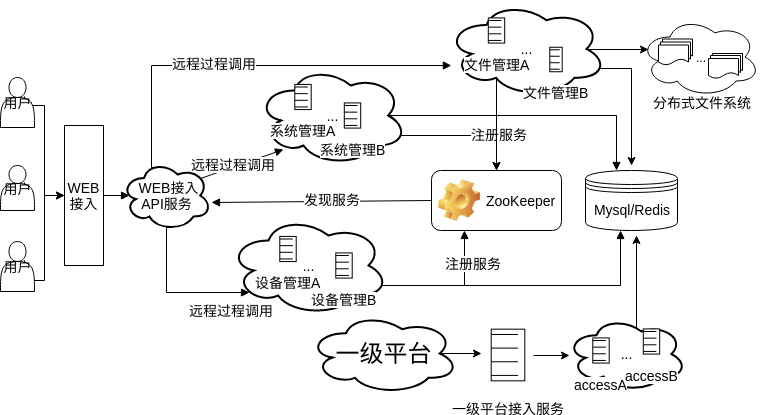
Earlier version of the draw.io export framework.png (waterwatermelon/graph). Source tidied: cells renumbered, new cells last; positions are measured from the earlier drawing's top-left corner, leaving out a move shared by most shapes.
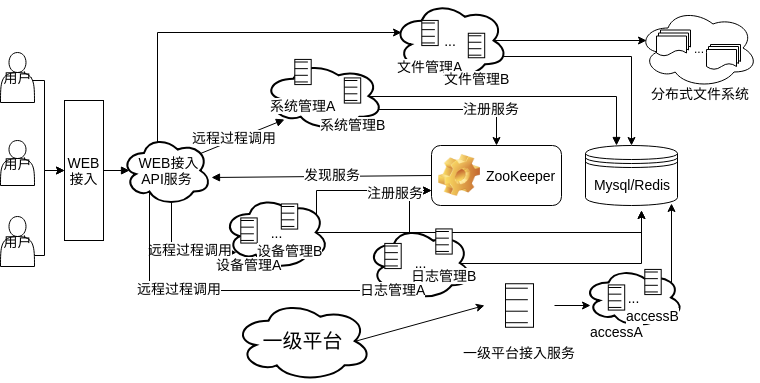
After the change.

What changed in the source:
```diff
@@ -2,8 +2,11 @@
   <root>
     <mxCell id="0" />
     <mxCell id="1" parent="0" />
+    <mxCell id="54" style="edgeStyle=orthogonalEdgeStyle;rounded=0;jettySize=auto;html=1;exitX=0.4;exitY=0.1;exitDx=0;exitDy=0;exitPerimeter=0;entryX=0;entryY=0.75;entryDx=0;entryDy=0;fontSize=14;" parent="1" edge="1" source="64" target="34">
+      <mxGeometry relative="1" as="geometry" />
+    </mxCell>
     <mxCell id="2" value="..." style="ellipse;shape=cloud;whiteSpace=wrap;html=1;" parent="1" vertex="1">
-      <mxGeometry x="639.5" y="15.5" width="120" height="80" as="geometry" />
+      <mxGeometry x="637.5" y="31.5" width="120" height="80" as="geometry" />
     </mxCell>
     <mxCell id="3" style="edgeStyle=orthogonalEdgeStyle;rounded=0;jettySize=auto;html=1;exitX=0.9;exitY=0.5;exitDx=0;exitDy=0;exitPerimeter=0;fontSize=14;" parent="1" edge="1" source="4" target="13">
       <mxGeometry relative="1" as="geometry">
@@ -25,30 +28,34 @@
         <mxPoint x="5" y="-4" as="offset" />
       </mxGeometry>
     </mxCell>
-    <mxCell id="7" style="edgeStyle=orthogonalEdgeStyle;rounded=0;comic=0;jettySize=auto;html=1;exitX=0.4;exitY=0.1;exitDx=0;exitDy=0;exitPerimeter=0;shadow=0;startArrow=none;startFill=0;endArrow=block;endFill=1;strokeColor=#000000;strokeWidth=1;fontSize=14;" parent="1" edge="1" source="11" target="30">
+    <mxCell id="7" style="edgeStyle=orthogonalEdgeStyle;rounded=0;jettySize=auto;html=1;exitX=0.4;exitY=0.1;exitDx=0;exitDy=0;exitPerimeter=0;entryX=0.07;entryY=0.4;entryDx=0;entryDy=0;entryPerimeter=0;fontSize=14;" parent="1" edge="1" source="11" target="30">
       <mxGeometry relative="1" as="geometry">
         <Array as="points">
-          <mxPoint x="151" y="64" />
+          <mxPoint x="157" y="56" />
         </Array>
       </mxGeometry>
     </mxCell>
-    <mxCell id="8" value="远程过程调用" style="text;html=1;align=center;verticalAlign=middle;labelBackgroundColor=#ffffff;fontSize=14;" parent="7" vertex="1">
-      <mxGeometry x="-0.17" y="-2" relative="1" as="geometry">
-        <mxPoint y="-5" as="offset" />
-      </mxGeometry>
-    </mxCell>
-    <mxCell id="9" style="edgeStyle=orthogonalEdgeStyle;rounded=0;comic=0;jettySize=auto;html=1;exitX=0.55;exitY=0.95;exitDx=0;exitDy=0;exitPerimeter=0;entryX=0.13;entryY=0.77;entryDx=0;entryDy=0;entryPerimeter=0;shadow=0;startArrow=none;startFill=0;endArrow=block;endFill=1;strokeColor=#000000;strokeWidth=1;fontSize=14;" parent="1" edge="1" source="11" target="24">
+    <mxCell id="9" style="edgeStyle=orthogonalEdgeStyle;rounded=0;jettySize=auto;html=1;exitX=0.55;exitY=0.95;exitDx=0;exitDy=0;exitPerimeter=0;entryX=0.13;entryY=0.77;entryDx=0;entryDy=0;entryPerimeter=0;fontSize=14;" parent="1" edge="1" source="11" target="24">
       <mxGeometry relative="1" as="geometry">
         <Array as="points">
-          <mxPoint x="166" y="291" />
+          <mxPoint x="171" y="276" />
         </Array>
       </mxGeometry>
     </mxCell>
-    <mxCell id="10" value="远程过程调用" style="text;html=1;align=center;verticalAlign=middle;labelBackgroundColor=#ffffff;fontSize=14;" parent="9" vertex="1">
-      <mxGeometry x="-0.12" y="29" relative="1" as="geometry">
-        <mxPoint x="35" y="20" as="offset" />
-      </mxGeometry>
-    </mxCell>
+    <mxCell id="55" value="&lt;span style=&quot;font-size: 14px;&quot;&gt;远程过程调用&lt;/span&gt;&lt;br style=&quot;font-size: 14px;&quot;&gt;" style="text;html=1;align=center;verticalAlign=middle;labelBackgroundColor=#ffffff;fontSize=14;" parent="9" vertex="1">
+      <mxGeometry x="-0.2" y="18" relative="1" as="geometry" />
+    </mxCell>
+    <mxCell id="56" style="edgeStyle=orthogonalEdgeStyle;rounded=0;jettySize=auto;html=1;exitX=0.31;exitY=0.8;exitDx=0;exitDy=0;exitPerimeter=0;fontSize=14;" parent="1" edge="1" source="11" target="65">
+      <mxGeometry relative="1" as="geometry">
+        <Array as="points">
+          <mxPoint x="149" y="314" />
+          <mxPoint x="393" y="314" />
+        </Array>
+      </mxGeometry>
+    </mxCell>
+    <mxCell id="57" value="&lt;span style=&quot;font-size: 14px;&quot;&gt;远程过程调用&lt;/span&gt;" style="text;html=1;align=center;verticalAlign=middle;labelBackgroundColor=#ffffff;fontSize=14;" parent="56" vertex="1">
+      <mxGeometry x="-0.47" y="29" relative="1" as="geometry" />
+    </mxCell>
     <mxCell id="11" value="&amp;nbsp;WEB接入&lt;br style=&quot;font-size: 14px;&quot;&gt;API服务" style="ellipse;shape=cloud;strokeWidth=2;fontSize=14;whiteSpace=wrap;html=1;align=center;" parent="1" vertex="1">
       <mxGeometry x="121" y="159" width="90" height="70" as="geometry" />
     </mxCell>
@@ -77,52 +84,52 @@
     <mxCell id="17" style="edgeStyle=orthogonalEdgeStyle;rounded=0;comic=0;jettySize=auto;html=1;exitX=0.875;exitY=0.5;exitDx=0;exitDy=0;exitPerimeter=0;entryX=0.333;entryY=0;entryDx=0;entryDy=0;entryPerimeter=0;shadow=0;startArrow=none;startFill=0;endArrow=block;endFill=1;strokeColor=#000000;strokeWidth=1;fontSize=14;" parent="1" edge="1" source="20" target="31">
       <mxGeometry relative="1" as="geometry" />
     </mxCell>
-    <mxCell id="18" style="edgeStyle=orthogonalEdgeStyle;rounded=0;jettySize=auto;html=1;exitX=0.96;exitY=0.7;exitDx=0;exitDy=0;exitPerimeter=0;" parent="1" edge="1" source="20" target="34">
+    <mxCell id="18" style="edgeStyle=orthogonalEdgeStyle;rounded=0;jettySize=auto;html=1;exitX=0.96;exitY=0.7;exitDx=0;exitDy=0;exitPerimeter=0;fontSize=14;" parent="1" edge="1" source="20" target="34">
       <mxGeometry relative="1" as="geometry" />
     </mxCell>
-    <mxCell id="19" value="&lt;font style=&quot;font-size: 14px&quot;&gt;注册服务&lt;/font&gt;" style="text;html=1;align=center;verticalAlign=middle;labelBackgroundColor=#ffffff;" parent="18" vertex="1">
+    <mxCell id="19" value="&lt;font style=&quot;font-size: 14px&quot;&gt;注册服务&lt;/font&gt;" style="text;html=1;align=center;verticalAlign=middle;labelBackgroundColor=#ffffff;fontSize=14;" parent="18" vertex="1">
       <mxGeometry x="0.22" y="2" relative="1" as="geometry">
         <mxPoint x="18" as="offset" />
       </mxGeometry>
     </mxCell>
-    <mxCell id="20" value="&lt;span&gt;...&lt;/span&gt;" style="ellipse;shape=cloud;strokeWidth=2;fontSize=14;whiteSpace=wrap;html=1;align=center;strokeColor=#000000;" parent="1" vertex="1">
-      <mxGeometry x="256.5" y="64" width="150" height="100" as="geometry" />
+    <mxCell id="20" value="&lt;span style=&quot;font-size: 14px;&quot;&gt;...&lt;/span&gt;" style="ellipse;shape=cloud;strokeWidth=2;fontSize=14;whiteSpace=wrap;html=1;align=center;strokeColor=#000000;" parent="1" vertex="1">
+      <mxGeometry x="263" y="85" width="120" height="69" as="geometry" />
     </mxCell>
-    <mxCell id="21" style="edgeStyle=orthogonalEdgeStyle;rounded=0;comic=0;jettySize=auto;html=1;exitX=0.96;exitY=0.7;exitDx=0;exitDy=0;exitPerimeter=0;entryX=0.25;entryY=1;entryDx=0;entryDy=0;shadow=0;startArrow=none;startFill=0;endArrow=block;endFill=1;strokeColor=#000000;strokeWidth=1;fontSize=14;" parent="1" edge="1" source="24" target="34">
-      <mxGeometry relative="1" as="geometry" />
+    <mxCell id="21" style="edgeStyle=orthogonalEdgeStyle;rounded=0;jettySize=auto;html=1;exitX=0.88;exitY=0.25;exitDx=0;exitDy=0;exitPerimeter=0;entryX=0;entryY=0.75;entryDx=0;entryDy=0;fontSize=14;" parent="1" edge="1" source="24" target="34">
+      <mxGeometry relative="1" as="geometry">
+        <Array as="points">
+          <mxPoint x="316" y="214" />
+        </Array>
+      </mxGeometry>
     </mxCell>
-    <mxCell id="22" value="注册服务" style="text;html=1;align=center;verticalAlign=middle;labelBackgroundColor=#ffffff;fontSize=14;" parent="21" vertex="1">
-      <mxGeometry x="0.87" y="1" relative="1" as="geometry">
-        <mxPoint x="9" y="23" as="offset" />
-      </mxGeometry>
+    <mxCell id="22" value="&lt;span style=&quot;font-size: 14px;&quot;&gt;&lt;font style=&quot;font-size: 14px&quot;&gt;注册服务&lt;/font&gt;&lt;/span&gt;" style="text;html=1;align=center;verticalAlign=middle;labelBackgroundColor=#ffffff;fontSize=14;" parent="21" vertex="1">
+      <mxGeometry x="0.47" y="-1" relative="1" as="geometry" />
     </mxCell>
-    <mxCell id="23" style="edgeStyle=orthogonalEdgeStyle;rounded=0;comic=0;jettySize=auto;html=1;exitX=0.96;exitY=0.7;exitDx=0;exitDy=0;exitPerimeter=0;entryX=0.38;entryY=1;entryDx=0;entryDy=0;entryPerimeter=0;shadow=0;startArrow=none;startFill=0;endArrow=block;endFill=1;strokeColor=#000000;strokeWidth=1;fontSize=14;" parent="1" edge="1" source="24" target="31">
-      <mxGeometry relative="1" as="geometry" />
-    </mxCell>
+    <mxCell id="58" style="edgeStyle=orthogonalEdgeStyle;rounded=0;jettySize=auto;html=1;exitX=0.875;exitY=0.5;exitDx=0;exitDy=0;exitPerimeter=0;fontSize=14;" parent="1" edge="1" source="24">
+      <mxGeometry relative="1" as="geometry">
+        <mxPoint x="641" y="234" as="targetPoint" />
+        <Array as="points">
+          <mxPoint x="641" y="256" />
+        </Array>
+      </mxGeometry>
+    </mxCell>
-    <mxCell id="24" value="&lt;span&gt;...&lt;/span&gt;" style="ellipse;shape=cloud;strokeWidth=2;fontSize=14;whiteSpace=wrap;html=1;align=center;" parent="1" vertex="1">
-      <mxGeometry x="228" y="214" width="160" height="100" as="geometry" />
+    <mxCell id="24" value="&lt;span style=&quot;font-size: 14px;&quot;&gt;...&lt;/span&gt;" style="ellipse;shape=cloud;strokeWidth=2;fontSize=14;whiteSpace=wrap;html=1;align=center;" parent="1" vertex="1">
+      <mxGeometry x="222.5" y="219" width="106" height="74" as="geometry" />
     </mxCell>
-    <mxCell id="25" style="edgeStyle=orthogonalEdgeStyle;rounded=0;jettySize=auto;html=1;exitX=0.875;exitY=0.5;exitDx=0;exitDy=0;exitPerimeter=0;" parent="1" edge="1" source="26">
-      <mxGeometry relative="1" as="geometry">
-        <mxPoint x="481" y="352" as="targetPoint" />
-      </mxGeometry>
-    </mxCell>
+    <mxCell id="59" style="rounded=0;jettySize=auto;html=1;exitX=0.875;exitY=0.5;exitDx=0;exitDy=0;exitPerimeter=0;entryX=0;entryY=0.5;entryDx=0;entryDy=0;fontSize=14;" parent="1" edge="1" source="26" target="46">
+      <mxGeometry relative="1" as="geometry" />
+    </mxCell>
-    <mxCell id="26" value="&lt;font style=&quot;font-size: 24px&quot;&gt;一级平台&lt;/font&gt;" style="ellipse;shape=cloud;strokeWidth=2;fontSize=14;whiteSpace=wrap;html=1;align=center;" parent="1" vertex="1">
-      <mxGeometry x="308" y="311.5" width="150" height="81" as="geometry" />
+    <mxCell id="26" value="&lt;font style=&quot;font-size: 20px&quot;&gt;一级平台&lt;/font&gt;" style="ellipse;shape=cloud;strokeWidth=2;fontSize=14;whiteSpace=wrap;html=1;align=center;" parent="1" vertex="1">
+      <mxGeometry x="233.5" y="324" width="138" height="81" as="geometry" />
     </mxCell>
-    <mxCell id="27" style="edgeStyle=orthogonalEdgeStyle;rounded=0;jettySize=auto;html=1;exitX=0.96;exitY=0.7;exitDx=0;exitDy=0;exitPerimeter=0;" parent="1" edge="1" source="30">
-      <mxGeometry relative="1" as="geometry">
-        <mxPoint x="631" y="164" as="targetPoint" />
-      </mxGeometry>
-    </mxCell>
-    <mxCell id="28" style="edgeStyle=orthogonalEdgeStyle;rounded=0;jettySize=auto;html=1;exitX=0.31;exitY=0.8;exitDx=0;exitDy=0;exitPerimeter=0;entryX=0.5;entryY=0;entryDx=0;entryDy=0;" parent="1" edge="1" source="30" target="34">
-      <mxGeometry relative="1" as="geometry" />
-    </mxCell>
+    <mxCell id="60" style="edgeStyle=orthogonalEdgeStyle;rounded=0;jettySize=auto;html=1;exitX=0.96;exitY=0.7;exitDx=0;exitDy=0;exitPerimeter=0;fontSize=14;" parent="1" edge="1" source="30" target="31">
+      <mxGeometry relative="1" as="geometry" />
+    </mxCell>
-    <mxCell id="29" style="edgeStyle=orthogonalEdgeStyle;rounded=0;jettySize=auto;html=1;exitX=0.875;exitY=0.5;exitDx=0;exitDy=0;exitPerimeter=0;entryX=0.07;entryY=0.4;entryDx=0;entryDy=0;entryPerimeter=0;" parent="1" edge="1" source="30" target="2">
+    <mxCell id="29" style="edgeStyle=orthogonalEdgeStyle;rounded=0;jettySize=auto;html=1;exitX=0.875;exitY=0.5;exitDx=0;exitDy=0;exitPerimeter=0;entryX=0.07;entryY=0.4;entryDx=0;entryDy=0;entryPerimeter=0;fontSize=14;" parent="1" edge="1" source="30" target="2">
       <mxGeometry relative="1" as="geometry" />
     </mxCell>
     <mxCell id="30" value="..." style="ellipse;shape=cloud;strokeWidth=2;fontSize=14;whiteSpace=wrap;html=1;align=center;" parent="1" vertex="1">
-      <mxGeometry x="446" y="-0.5" width="160" height="96" as="geometry" />
+      <mxGeometry x="392.5" y="24.5" width="115" height="79" as="geometry" />
     </mxCell>
     <mxCell id="31" value="&lt;font style=&quot;font-size: 14px&quot;&gt;Mysql/Redis&lt;/font&gt;" style="shape=datastore;whiteSpace=wrap;html=1;fontSize=14;" parent="1" vertex="1">
       <mxGeometry x="585" y="169" width="92" height="60" as="geometry" />
@@ -143,60 +150,69 @@
       <mxGeometry x="331.5" y="95.5" width="41" height="37" as="geometry" />
     </mxCell>
     <mxCell id="37" value="&lt;font style=&quot;font-size: 14px&quot;&gt;设备管理A&lt;/font&gt;" style="shape=mxgraph.bpmn.shape;html=1;verticalLabelPosition=bottom;labelBackgroundColor=#ffffff;verticalAlign=top;align=center;perimeter=rhombusPerimeter;symbol=conditional;strokeColor=#000000;strokeWidth=1;fillColor=#FFFFFF;fontSize=14;" parent="1" vertex="1">
-      <mxGeometry x="267" y="229" width="41" height="37" as="geometry" />
+      <mxGeometry x="228" y="235.5" width="41" height="37" as="geometry" />
     </mxCell>
     <mxCell id="38" value="&lt;font style=&quot;font-size: 14px&quot;&gt;设备管理B&lt;/font&gt;" style="shape=mxgraph.bpmn.shape;html=1;verticalLabelPosition=bottom;labelBackgroundColor=#ffffff;verticalAlign=top;align=center;perimeter=rhombusPerimeter;symbol=conditional;strokeColor=#000000;strokeWidth=1;fillColor=#FFFFFF;fontSize=14;" parent="1" vertex="1">
-      <mxGeometry x="323" y="245.5" width="41" height="37" as="geometry" />
+      <mxGeometry x="268.5" y="221.5" width="41" height="37" as="geometry" />
     </mxCell>
     <mxCell id="39" value="&lt;span style=&quot;font-size: 14px&quot;&gt;文件管理A&lt;/span&gt;" style="shape=mxgraph.bpmn.shape;html=1;verticalLabelPosition=bottom;labelBackgroundColor=#ffffff;verticalAlign=top;align=center;perimeter=rhombusPerimeter;symbol=conditional;strokeColor=#000000;strokeWidth=1;fillColor=#FFFFFF;fontSize=14;" parent="1" vertex="1">
-      <mxGeometry x="475.5" y="10.5" width="41" height="37" as="geometry" />
+      <mxGeometry x="409" y="38" width="41" height="37" as="geometry" />
     </mxCell>
     <mxCell id="40" value="&lt;font style=&quot;font-size: 14px&quot;&gt;文件管理B&lt;/font&gt;" style="shape=mxgraph.bpmn.shape;html=1;verticalLabelPosition=bottom;labelBackgroundColor=#ffffff;verticalAlign=top;align=center;perimeter=rhombusPerimeter;symbol=conditional;strokeColor=#000000;strokeWidth=1;fillColor=#FFFFFF;fontSize=14;" parent="1" vertex="1">
-      <mxGeometry x="540" y="40" width="31" height="36" as="geometry" />
+      <mxGeometry x="455.5" y="51" width="41" height="36" as="geometry" />
     </mxCell>
+    <mxCell id="61" style="edgeStyle=orthogonalEdgeStyle;rounded=0;jettySize=auto;html=1;exitX=0.88;exitY=0.25;exitDx=0;exitDy=0;exitPerimeter=0;entryX=0.935;entryY=0.967;entryDx=0;entryDy=0;entryPerimeter=0;fontSize=14;" parent="1" edge="1" source="41" target="31">
+      <mxGeometry relative="1" as="geometry" />
+    </mxCell>
     <mxCell id="41" value="&lt;span&gt;...&lt;/span&gt;" style="ellipse;shape=cloud;strokeWidth=2;fontSize=14;whiteSpace=wrap;html=1;align=center;" parent="1" vertex="1">
-      <mxGeometry x="566" y="315" width="120" height="75" as="geometry" />
+      <mxGeometry x="583" y="291" width="100" height="60" as="geometry" />
     </mxCell>
     <mxCell id="42" value="&lt;font style=&quot;font-size: 14px&quot;&gt;accessA&lt;/font&gt;" style="shape=mxgraph.bpmn.shape;html=1;verticalLabelPosition=bottom;labelBackgroundColor=#ffffff;verticalAlign=top;align=center;perimeter=rhombusPerimeter;symbol=conditional;strokeColor=#000000;strokeWidth=1;fillColor=#FFFFFF;fontSize=14;" parent="1" vertex="1">
-      <mxGeometry x="580" y="330.5" width="41" height="37" as="geometry" />
+      <mxGeometry x="595.5" y="302.5" width="41" height="37" as="geometry" />
     </mxCell>
-    <mxCell id="43" style="edgeStyle=orthogonalEdgeStyle;rounded=0;jettySize=auto;html=1;exitX=0.145;exitY=0.145;exitDx=0;exitDy=0;exitPerimeter=0;" parent="1" edge="1" source="44">
-      <mxGeometry relative="1" as="geometry">
-        <mxPoint x="636" y="234" as="targetPoint" />
-      </mxGeometry>
-    </mxCell>
     <mxCell id="44" value="&lt;font style=&quot;font-size: 14px&quot;&gt;accessB&lt;/font&gt;" style="shape=mxgraph.bpmn.shape;html=1;verticalLabelPosition=bottom;labelBackgroundColor=#ffffff;verticalAlign=top;align=center;perimeter=rhombusPerimeter;outlineConnect=0;symbol=conditional;strokeColor=#000000;strokeWidth=1;fillColor=#FFFFFF;fontSize=14;" parent="1" vertex="1">
-      <mxGeometry x="630.5" y="321.5" width="41" height="37" as="geometry" />
+      <mxGeometry x="632" y="287" width="41" height="37" as="geometry" />
     </mxCell>
-    <mxCell id="45" style="edgeStyle=orthogonalEdgeStyle;rounded=0;orthogonalLoop=1;jettySize=auto;html=1;exitX=1;exitY=0.5;exitDx=0;exitDy=0;" parent="1" edge="1">
-      <mxGeometry relative="1" as="geometry">
-        <mxPoint x="533" y="354" as="sourcePoint" />
-        <mxPoint x="569" y="354" as="targetPoint" />
-      </mxGeometry>
-    </mxCell>
+    <mxCell id="62" style="edgeStyle=none;rounded=0;jettySize=auto;html=1;exitX=1;exitY=0.5;exitDx=0;exitDy=0;entryX=0.07;entryY=0.633;entryDx=0;entryDy=0;entryPerimeter=0;fontSize=14;" parent="1" edge="1" source="46" target="41">
+      <mxGeometry relative="1" as="geometry" />
+    </mxCell>
     <mxCell id="46" value="一级平台接入服务" style="shape=mxgraph.bpmn.shape;html=1;verticalLabelPosition=bottom;labelBackgroundColor=#ffffff;verticalAlign=top;align=center;perimeter=rhombusPerimeter;outlineConnect=0;symbol=conditional;strokeColor=#000000;strokeWidth=1;fillColor=#FFFFFF;fontSize=14;" parent="1" vertex="1">
-      <mxGeometry x="465.5" y="315.5" width="84" height="76" as="geometry" />
+      <mxGeometry x="484" y="297" width="70" height="64" as="geometry" />
     </mxCell>
     <mxCell id="47" style="shape=document;whiteSpace=wrap;html=1;boundedLbl=1;" parent="1" vertex="1">
-      <mxGeometry x="662" y="37.5" width="30" height="20" as="geometry" />
+      <mxGeometry x="660" y="53.5" width="30" height="20" as="geometry" />
     </mxCell>
     <mxCell id="48" style="shape=document;whiteSpace=wrap;html=1;boundedLbl=1;" parent="1" vertex="1">
-      <mxGeometry x="660" y="40.5" width="30" height="20" as="geometry" />
+      <mxGeometry x="658" y="56.5" width="30" height="20" as="geometry" />
     </mxCell>
     <mxCell id="49" style="shape=document;whiteSpace=wrap;html=1;boundedLbl=1;" parent="1" vertex="1">
-      <mxGeometry x="658" y="43.5" width="30" height="20" as="geometry" />
+      <mxGeometry x="656" y="59.5" width="30" height="20" as="geometry" />
     </mxCell>
     <mxCell id="50" style="shape=document;whiteSpace=wrap;html=1;boundedLbl=1;" parent="1" vertex="1">
-      <mxGeometry x="712" y="52" width="30" height="20" as="geometry" />
+      <mxGeometry x="710" y="68" width="30" height="20" as="geometry" />
     </mxCell>
     <mxCell id="51" style="shape=document;whiteSpace=wrap;html=1;boundedLbl=1;" parent="1" vertex="1">
-      <mxGeometry x="710" y="54" width="30" height="20" as="geometry" />
+      <mxGeometry x="708" y="70" width="30" height="20" as="geometry" />
     </mxCell>
     <mxCell id="52" style="shape=document;whiteSpace=wrap;html=1;boundedLbl=1;" parent="1" vertex="1">
-      <mxGeometry x="708" y="57" width="30" height="20" as="geometry" />
+      <mxGeometry x="706" y="73" width="30" height="20" as="geometry" />
     </mxCell>
     <mxCell id="53" value="&lt;font style=&quot;font-size: 14px&quot;&gt;分布式文件系统&lt;/font&gt;" style="text;html=1;align=left;verticalAlign=top;spacingTop=-4;" parent="1" vertex="1">
-      <mxGeometry x="651" y="91" width="110" height="20" as="geometry" />
+      <mxGeometry x="649" y="107" width="110" height="20" as="geometry" />
     </mxCell>
+    <mxCell id="63" style="edgeStyle=orthogonalEdgeStyle;rounded=0;jettySize=auto;html=1;exitX=0.875;exitY=0.5;exitDx=0;exitDy=0;exitPerimeter=0;fontSize=14;" parent="1" edge="1" source="64">
+      <mxGeometry relative="1" as="geometry">
+        <mxPoint x="641" y="234" as="targetPoint" />
+      </mxGeometry>
+    </mxCell>
+    <mxCell id="64" value="&lt;span style=&quot;font-size: 14px;&quot;&gt;...&lt;/span&gt;" style="ellipse;shape=cloud;strokeWidth=2;fontSize=14;whiteSpace=wrap;html=1;align=center;" parent="1" vertex="1">
+      <mxGeometry x="366.5" y="249.5" width="106" height="74" as="geometry" />
+    </mxCell>
+    <mxCell id="65" value="&lt;font style=&quot;font-size: 14px&quot;&gt;日志管理A&lt;/font&gt;" style="shape=mxgraph.bpmn.shape;html=1;verticalLabelPosition=bottom;labelBackgroundColor=#ffffff;verticalAlign=top;align=center;perimeter=rhombusPerimeter;outlineConnect=0;symbol=conditional;strokeColor=#000000;strokeWidth=1;fillColor=#FFFFFF;fontSize=14;" parent="1" vertex="1">
+      <mxGeometry x="372" y="261" width="41" height="37" as="geometry" />
+    </mxCell>
+    <mxCell id="66" value="&lt;font style=&quot;font-size: 14px&quot;&gt;日志管理B&lt;/font&gt;" style="shape=mxgraph.bpmn.shape;html=1;verticalLabelPosition=bottom;labelBackgroundColor=#ffffff;verticalAlign=top;align=center;perimeter=rhombusPerimeter;symbol=conditional;strokeColor=#000000;strokeWidth=1;fillColor=#FFFFFF;fontSize=14;" parent="1" vertex="1">
+      <mxGeometry x="423" y="246.5" width="41" height="37" as="geometry" />
+    </mxCell>
   </root>
 </mxGraphModel>
```
